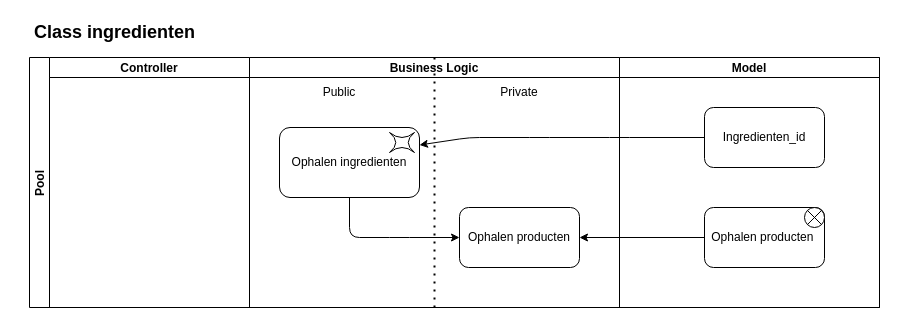
Earlier version of the draw.io diagram page "Class_ingredienten" (3 of 6) of documents/design/VER-ASD-NS-v1.drawio (nestaschuler/educom-verrukkulluk). Source tidied: cells renumbered, new cells numbered last; positions are measured from the earlier drawing's top-left corner, leaving out a move shared by most shapes. Both pictures are drawn from the tidied source at 100%, with x=0, y=0 at pixel (17, 17).
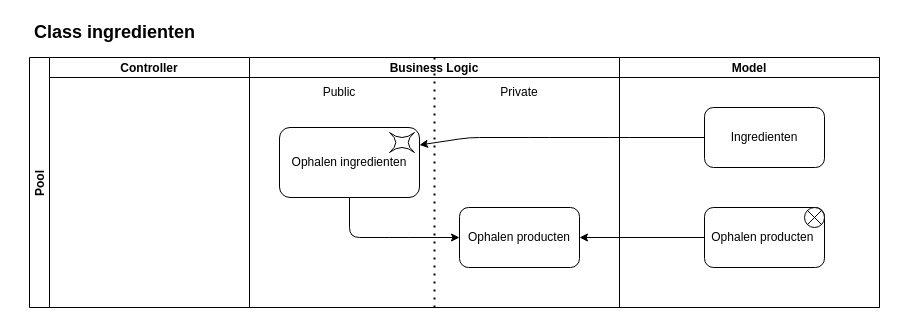
After the change.

The change refers to these unchanged cells:
```xml
<mxCell id="11" value="Model" style="swimlane;startSize=20;" parent="2" vertex="1">
  <mxGeometry x="590" width="260" height="250" as="geometry" />
</mxCell>
```

The edit, as a diff of the source:
```diff
@@
-    <mxCell id="12" value="Ingredienten_id" style="rounded=1;whiteSpace=wrap;html=1;" parent="11" vertex="1">
+    <mxCell id="12" value="Ingredienten" style="rounded=1;whiteSpace=wrap;html=1;" parent="11" vertex="1">
       <mxGeometry x="85" y="50" width="120" height="60" as="geometry" />
     </mxCell>
```
